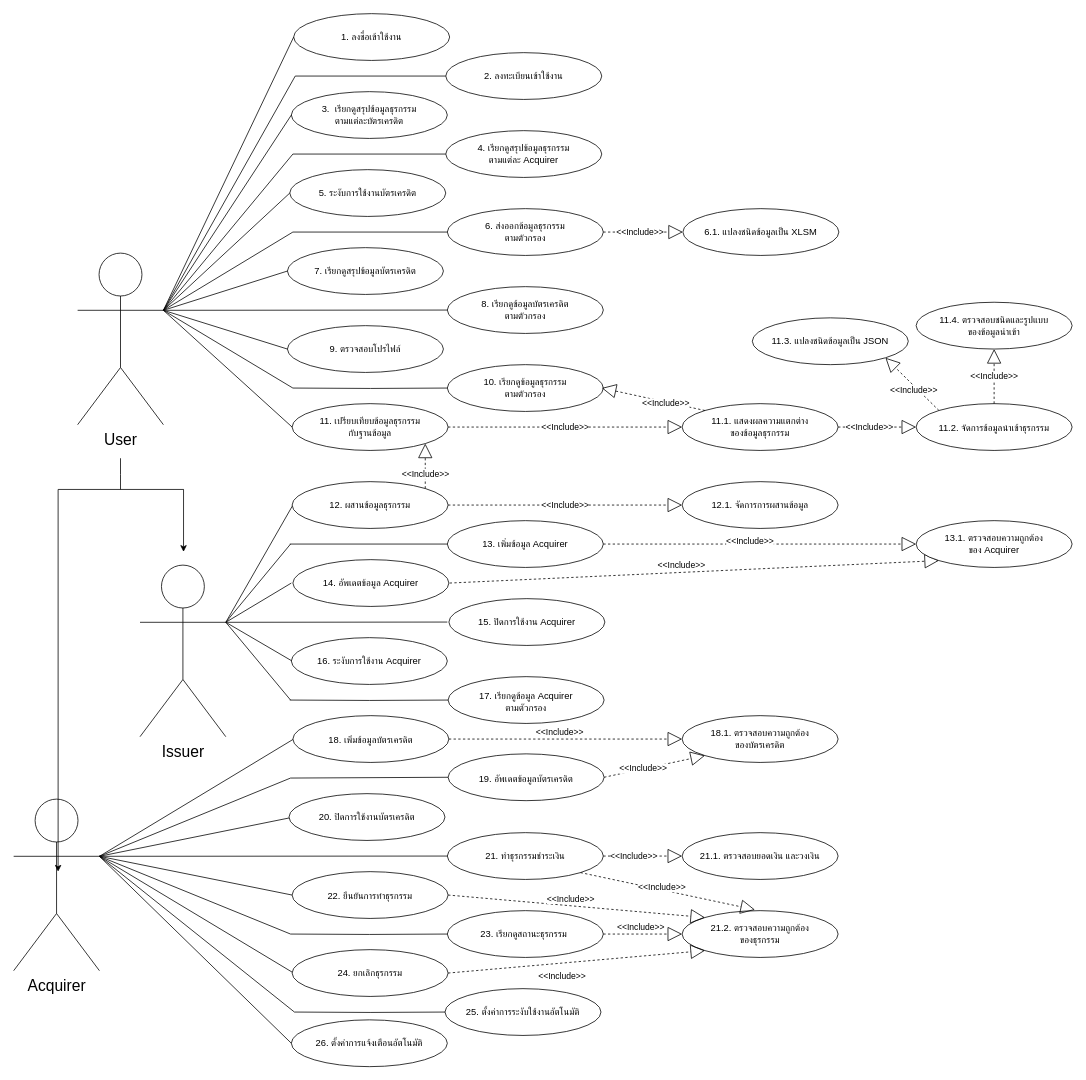
Above: page "usecase" (1 of 13) of usecase.drawio in jarawin/issuer-server (draw.io), before the change. Source tidied: cells renumbered, new cells numbered last; positions are measured from the earlier drawing's top-left corner, leaving out a move shared by most shapes. Both pictures are drawn from the tidied source at 78%, with x=0, y=0 at pixel (13, 13).
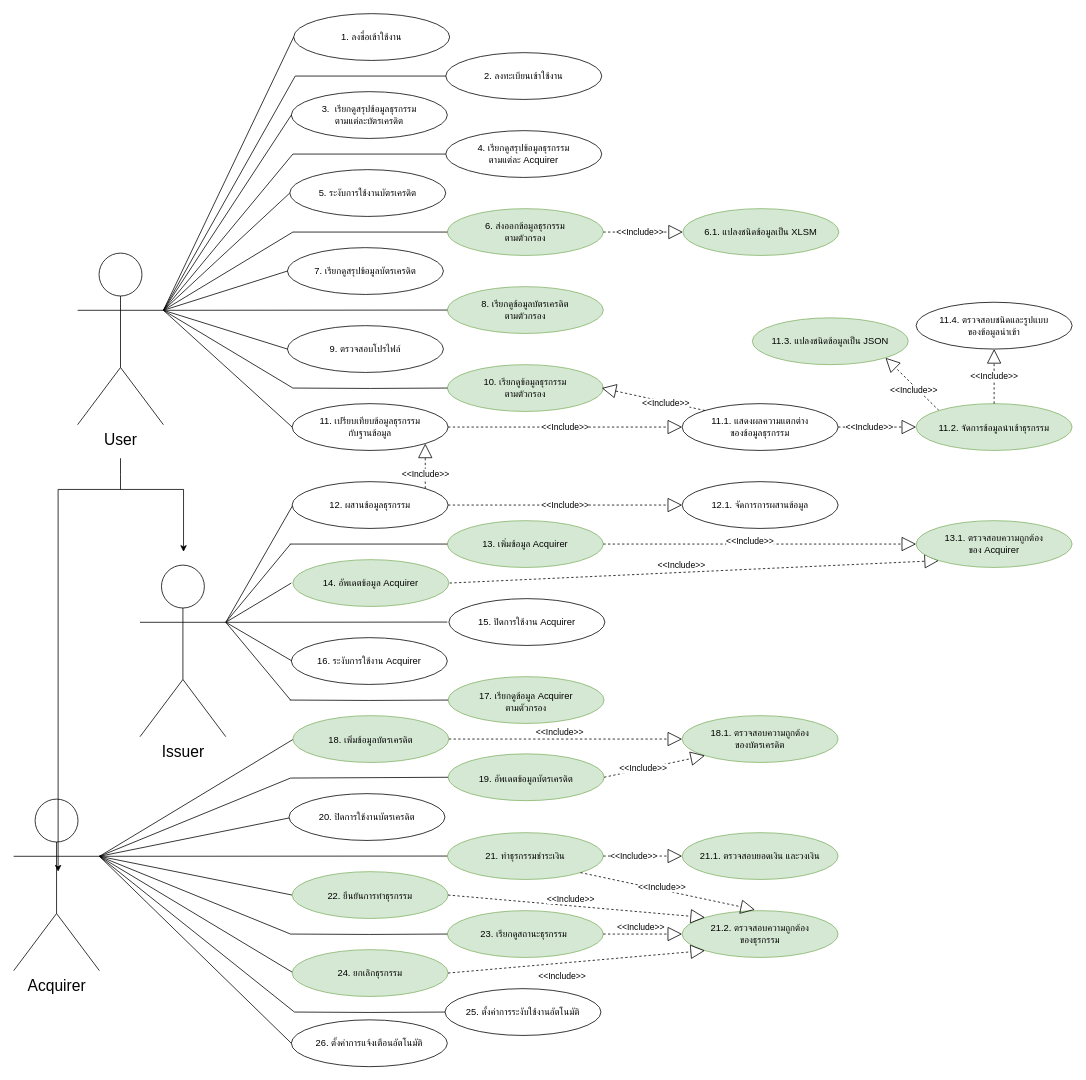
The same page after the edit.

The edit, as a diff of the source:
```diff
@@
-    <mxCell id="9" value="&lt;font style=&quot;font-size: 12px;&quot;&gt;8. เรียกดูข้อมูลบัตรเครดิต&lt;span style=&quot;text-align: start;&quot;&gt;&lt;/span&gt;&lt;br&gt;ตามตัวกรอง&lt;/font&gt;" style="ellipse;whiteSpace=wrap;html=1;" parent="1" vertex="1">
+    <mxCell id="9" value="&lt;font style=&quot;font-size: 12px;&quot;&gt;8. เรียกดูข้อมูลบัตรเครดิต&lt;span style=&quot;text-align: start;&quot;&gt;&lt;/span&gt;&lt;br&gt;ตามตัวกรอง&lt;/font&gt;" style="ellipse;whiteSpace=wrap;html=1;fillColor=#d5e8d4;strokeColor=#82b366;" parent="1" vertex="1">
       <mxGeometry x="556" y="350" width="200" height="60" as="geometry" />
     </mxCell>
-    <mxCell id="10" value="10.&amp;nbsp;เรียกดูข้อมูลธุรกรรม&lt;br style=&quot;border-color: var(--border-color);&quot;&gt;ตามตัวกรอง" style="ellipse;whiteSpace=wrap;html=1;" parent="1" vertex="1">
+    <mxCell id="10" value="10.&amp;nbsp;เรียกดูข้อมูลธุรกรรม&lt;br style=&quot;border-color: var(--border-color);&quot;&gt;ตามตัวกรอง" style="ellipse;whiteSpace=wrap;html=1;fillColor=#d5e8d4;strokeColor=#82b366;" parent="1" vertex="1">
       <mxGeometry x="556" y="450" width="200" height="60" as="geometry" />
     </mxCell>
@@
-    <mxCell id="16" value="6.&amp;nbsp;ส่งออกข้อมูลธุรกรรม&lt;br style=&quot;border-color: var(--border-color);&quot;&gt;ตามตัวกรอง" style="ellipse;whiteSpace=wrap;html=1;" parent="1" vertex="1">
+    <mxCell id="16" value="6.&amp;nbsp;ส่งออกข้อมูลธุรกรรม&lt;br style=&quot;border-color: var(--border-color);&quot;&gt;ตามตัวกรอง" style="ellipse;whiteSpace=wrap;html=1;fillColor=#d5e8d4;strokeColor=#82b366;" parent="1" vertex="1">
       <mxGeometry x="556" y="250" width="200" height="60" as="geometry" />
     </mxCell>
@@
-    <mxCell id="45" value="11.3. แปลงชนิดข้อมูลเป็น JSON" style="ellipse;whiteSpace=wrap;html=1;" parent="1" vertex="1">
+    <mxCell id="45" value="11.3. แปลงชนิดข้อมูลเป็น JSON" style="ellipse;whiteSpace=wrap;html=1;fillColor=#d5e8d4;strokeColor=#82b366;" parent="1" vertex="1">
       <mxGeometry x="947" y="390" width="200" height="60" as="geometry" />
     </mxCell>
@@
-    <mxCell id="48" value="11.2.&amp;nbsp;จัดการข้อมูลนำเข้าธุรกรรม&lt;span style=&quot;font-size: medium; text-align: start;&quot;&gt;&lt;/span&gt;" style="ellipse;whiteSpace=wrap;html=1;" parent="1" vertex="1">
+    <mxCell id="48" value="11.2.&amp;nbsp;จัดการข้อมูลนำเข้าธุรกรรม&lt;span style=&quot;font-size: medium; text-align: start;&quot;&gt;&lt;/span&gt;" style="ellipse;whiteSpace=wrap;html=1;fillColor=#d5e8d4;strokeColor=#82b366;" parent="1" vertex="1">
       <mxGeometry x="1157" y="500" width="200" height="60" as="geometry" />
     </mxCell>
@@
-    <mxCell id="52" value="6.1. แปลงชนิดข้อมูลเป็น XLSM" style="ellipse;whiteSpace=wrap;html=1;" parent="1" vertex="1">
+    <mxCell id="52" value="6.1. แปลงชนิดข้อมูลเป็น XLSM" style="ellipse;whiteSpace=wrap;html=1;fillColor=#d5e8d4;strokeColor=#82b366;" parent="1" vertex="1">
       <mxGeometry x="858" y="250" width="200" height="60" as="geometry" />
     </mxCell>
@@
-    <mxCell id="54" value="13. เพิ่มข้อมูล Acquirer" style="ellipse;whiteSpace=wrap;html=1;" parent="1" vertex="1">
+    <mxCell id="54" value="13. เพิ่มข้อมูล Acquirer" style="ellipse;whiteSpace=wrap;html=1;fillColor=#d5e8d4;strokeColor=#82b366;" parent="1" vertex="1">
       <mxGeometry x="556" y="650" width="200" height="60" as="geometry" />
     </mxCell>
-    <mxCell id="55" value="14. อัพเดตข้อมูล Acquirer" style="ellipse;whiteSpace=wrap;html=1;" parent="1" vertex="1">
+    <mxCell id="55" value="14. อัพเดตข้อมูล Acquirer" style="ellipse;whiteSpace=wrap;html=1;fillColor=#d5e8d4;strokeColor=#82b366;" parent="1" vertex="1">
       <mxGeometry x="358" y="700" width="200" height="60" as="geometry" />
     </mxCell>
@@
-    <mxCell id="59" value="17.&amp;nbsp;&lt;span style=&quot;font-size: medium; text-align: start;&quot;&gt;&lt;/span&gt;เรียกดูข้อมูล Acquirer&lt;br style=&quot;border-color: var(--border-color);&quot;&gt;ตามตัวกรอง" style="ellipse;whiteSpace=wrap;html=1;" parent="1" vertex="1">
+    <mxCell id="59" value="17.&amp;nbsp;&lt;span style=&quot;font-size: medium; text-align: start;&quot;&gt;&lt;/span&gt;เรียกดูข้อมูล Acquirer&lt;br style=&quot;border-color: var(--border-color);&quot;&gt;ตามตัวกรอง" style="ellipse;whiteSpace=wrap;html=1;fillColor=#d5e8d4;strokeColor=#82b366;" parent="1" vertex="1">
       <mxGeometry x="557" y="850" width="200" height="60" as="geometry" />
     </mxCell>
@@
-    <mxCell id="62" value="18. เพิ่มข้อมูลบัตรเครดิต&lt;span style=&quot;font-size: medium; text-align: start;&quot;&gt;&lt;/span&gt;" style="ellipse;whiteSpace=wrap;html=1;" parent="1" vertex="1">
+    <mxCell id="62" value="18. เพิ่มข้อมูลบัตรเครดิต&lt;span style=&quot;font-size: medium; text-align: start;&quot;&gt;&lt;/span&gt;" style="ellipse;whiteSpace=wrap;html=1;fillColor=#d5e8d4;strokeColor=#82b366;" parent="1" vertex="1">
       <mxGeometry x="358" y="900" width="200" height="60" as="geometry" />
     </mxCell>
-    <mxCell id="63" value="19. อัพเดตข้อมูลบัตรเครดิต&lt;span style=&quot;font-size: medium; text-align: start;&quot;&gt;&lt;/span&gt;" style="ellipse;whiteSpace=wrap;html=1;" parent="1" vertex="1">
+    <mxCell id="63" value="19. อัพเดตข้อมูลบัตรเครดิต&lt;span style=&quot;font-size: medium; text-align: start;&quot;&gt;&lt;/span&gt;" style="ellipse;whiteSpace=wrap;html=1;fillColor=#d5e8d4;strokeColor=#82b366;" parent="1" vertex="1">
       <mxGeometry x="557" y="949" width="200" height="60" as="geometry" />
     </mxCell>
@@
-    <mxCell id="65" value="21. ทำธุรกรรมชำระเงิน" style="ellipse;whiteSpace=wrap;html=1;" parent="1" vertex="1">
+    <mxCell id="65" value="21. ทำธุรกรรมชำระเงิน" style="ellipse;whiteSpace=wrap;html=1;fillColor=#d5e8d4;strokeColor=#82b366;" parent="1" vertex="1">
       <mxGeometry x="556" y="1050" width="200" height="60" as="geometry" />
     </mxCell>
-    <mxCell id="66" value="22. ยืนยันการทำธุรกรรม&lt;span style=&quot;font-size: medium; text-align: start;&quot;&gt;&lt;/span&gt;" style="ellipse;whiteSpace=wrap;html=1;" parent="1" vertex="1">
+    <mxCell id="66" value="22. ยืนยันการทำธุรกรรม&lt;span style=&quot;font-size: medium; text-align: start;&quot;&gt;&lt;/span&gt;" style="ellipse;whiteSpace=wrap;html=1;fillColor=#d5e8d4;strokeColor=#82b366;" parent="1" vertex="1">
       <mxGeometry x="357" y="1100" width="200" height="60" as="geometry" />
     </mxCell>
-    <mxCell id="67" value="23.&amp;nbsp;เรียกดูสถานะธุรกรรม&amp;nbsp;" style="ellipse;whiteSpace=wrap;html=1;" parent="1" vertex="1">
+    <mxCell id="67" value="23.&amp;nbsp;เรียกดูสถานะธุรกรรม&amp;nbsp;" style="ellipse;whiteSpace=wrap;html=1;fillColor=#d5e8d4;strokeColor=#82b366;" parent="1" vertex="1">
       <mxGeometry x="556" y="1150" width="200" height="60" as="geometry" />
     </mxCell>
-    <mxCell id="68" value="24. ยกเลิกธุรกรรม" style="ellipse;whiteSpace=wrap;html=1;" parent="1" vertex="1">
+    <mxCell id="68" value="24. ยกเลิกธุรกรรม" style="ellipse;whiteSpace=wrap;html=1;fillColor=#d5e8d4;strokeColor=#82b366;" parent="1" vertex="1">
       <mxGeometry x="357" y="1200" width="200" height="60" as="geometry" />
     </mxCell>
@@
-    <mxCell id="71" value="21.1. ตรวจสอบยอดเงิน และวงเงิน" style="ellipse;whiteSpace=wrap;html=1;" parent="1" vertex="1">
+    <mxCell id="71" value="21.1. ตรวจสอบยอดเงิน และวงเงิน" style="ellipse;whiteSpace=wrap;html=1;fillColor=#d5e8d4;strokeColor=#82b366;" parent="1" vertex="1">
       <mxGeometry x="857" y="1050" width="200" height="60" as="geometry" />
     </mxCell>
@@
-    <mxCell id="76" value="21.2. ตรวจสอบความถูกต้อง&lt;br&gt;ของธุรกรรม" style="ellipse;whiteSpace=wrap;html=1;" parent="1" vertex="1">
+    <mxCell id="76" value="21.2. ตรวจสอบความถูกต้อง&lt;br&gt;ของธุรกรรม" style="ellipse;whiteSpace=wrap;html=1;fillColor=#d5e8d4;strokeColor=#82b366;" parent="1" vertex="1">
       <mxGeometry x="857" y="1150" width="200" height="60" as="geometry" />
     </mxCell>
@@
-    <mxCell id="80" value="18.1. ตรวจสอบความถูกต้อง&lt;br&gt;ของบัตรเครดิต" style="ellipse;whiteSpace=wrap;html=1;" parent="1" vertex="1">
+    <mxCell id="80" value="18.1. ตรวจสอบความถูกต้อง&lt;br&gt;ของบัตรเครดิต" style="ellipse;whiteSpace=wrap;html=1;fillColor=#d5e8d4;strokeColor=#82b366;" parent="1" vertex="1">
       <mxGeometry x="857" y="900" width="200" height="60" as="geometry" />
     </mxCell>
@@
-    <mxCell id="84" value="13.1. ตรวจสอบความถูกต้อง&lt;br&gt;ของ Acquirer" style="ellipse;whiteSpace=wrap;html=1;" parent="1" vertex="1">
+    <mxCell id="84" value="13.1. ตรวจสอบความถูกต้อง&lt;br&gt;ของ Acquirer" style="ellipse;whiteSpace=wrap;html=1;fillColor=#d5e8d4;strokeColor=#82b366;" parent="1" vertex="1">
       <mxGeometry x="1157" y="650" width="200" height="60" as="geometry" />
     </mxCell>
```
